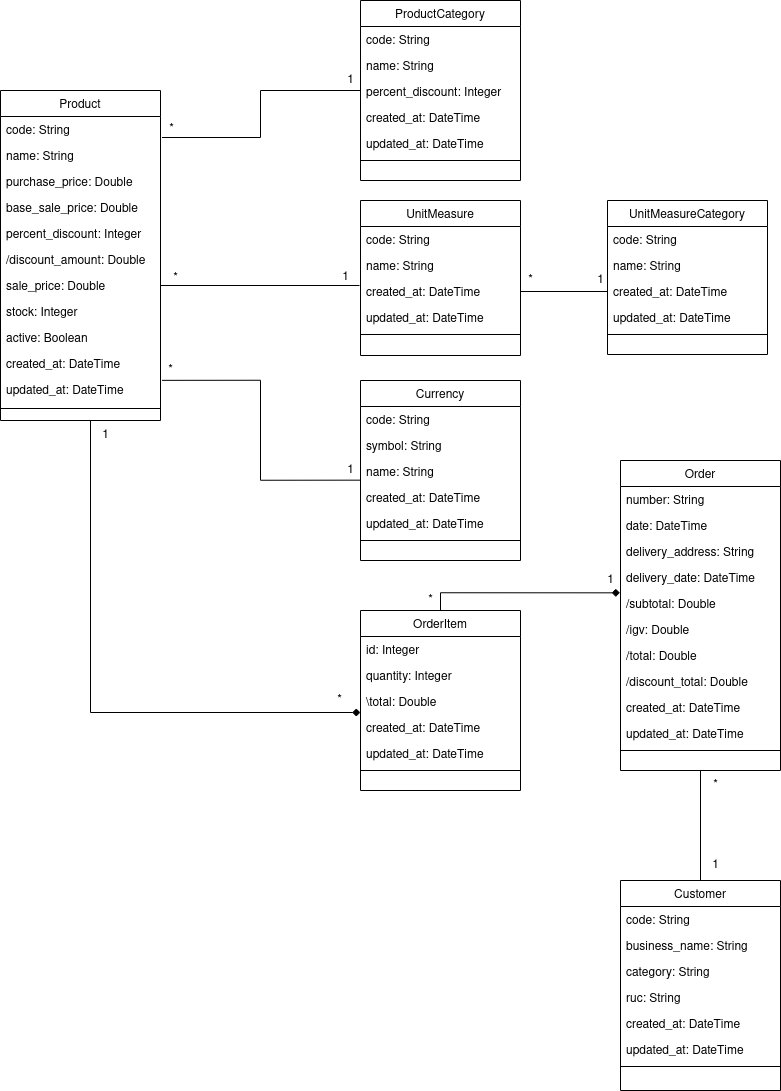
This is imgs/class_diagram.png from sharon1160/sales-app, a draw.io export, as it was before one commit. Source tidied: cells renumbered, new cells last; positions are measured from the earlier drawing's top-left corner, leaving out a move shared by most shapes.
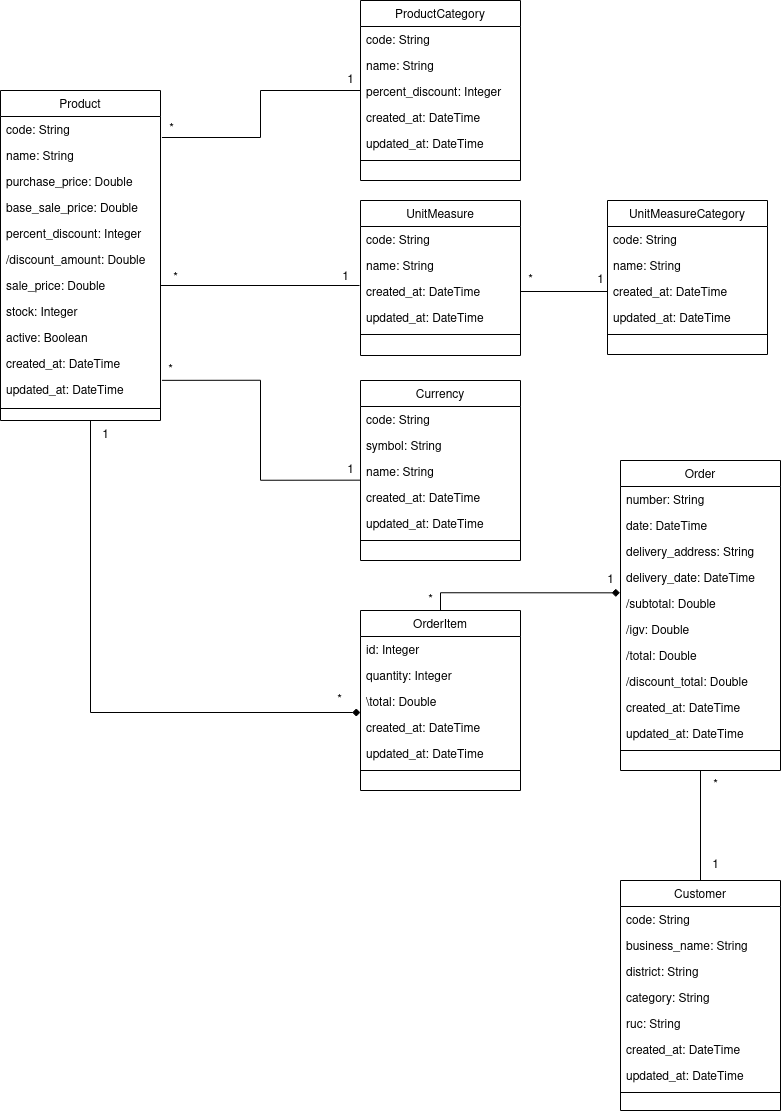
Above is the later version.

Commit message:
update class diagram

The edit, as a diff of the source:
```diff
@@ -206,7 +206,7 @@
       <mxGeometry y="156" width="160" height="8" as="geometry" />
     </mxCell>
     <mxCell id="65" value="Customer" style="swimlane;fontStyle=0;align=center;verticalAlign=top;horizontal=1;startSize=26;rounded=0;shadow=0;strokeWidth=1;" parent="1" vertex="1">
-      <mxGeometry x="620" y="880" width="160" height="210" as="geometry" />
+      <mxGeometry x="620" y="880" width="160" height="230" as="geometry" />
     </mxCell>
     <mxCell id="66" value="code: String" style="text;align=left;verticalAlign=top;spacingLeft=4;spacingRight=4;overflow=hidden;" parent="65" vertex="1">
       <mxGeometry y="26" width="160" height="26" as="geometry" />
@@ -214,20 +214,23 @@
     <mxCell id="67" value="business_name: String" style="text;align=left;verticalAlign=top;spacingLeft=4;spacingRight=4;overflow=hidden;" parent="65" vertex="1">
       <mxGeometry y="52" width="160" height="26" as="geometry" />
     </mxCell>
+    <mxCell id="89" value="district: String" style="text;align=left;verticalAlign=top;spacingLeft=4;spacingRight=4;overflow=hidden;" parent="65" vertex="1">
+      <mxGeometry y="78" width="160" height="26" as="geometry" />
+    </mxCell>
     <mxCell id="68" value="category: String" style="text;align=left;verticalAlign=top;spacingLeft=4;spacingRight=4;overflow=hidden;rounded=0;shadow=0;html=0;" parent="65" vertex="1">
-      <mxGeometry y="78" width="160" height="26" as="geometry" />
+      <mxGeometry y="104" width="160" height="26" as="geometry" />
     </mxCell>
     <mxCell id="69" value="ruc: String" style="text;align=left;verticalAlign=top;spacingLeft=4;spacingRight=4;overflow=hidden;rounded=0;shadow=0;html=0;" parent="65" vertex="1">
-      <mxGeometry y="104" width="160" height="26" as="geometry" />
+      <mxGeometry y="130" width="160" height="26" as="geometry" />
     </mxCell>
     <mxCell id="70" value="created_at: DateTime" style="text;align=left;verticalAlign=top;spacingLeft=4;spacingRight=4;overflow=hidden;rounded=0;shadow=0;html=0;" parent="65" vertex="1">
-      <mxGeometry y="130" width="160" height="26" as="geometry" />
+      <mxGeometry y="156" width="160" height="26" as="geometry" />
     </mxCell>
     <mxCell id="71" value="updated_at: DateTime" style="text;align=left;verticalAlign=top;spacingLeft=4;spacingRight=4;overflow=hidden;rounded=0;shadow=0;html=0;" parent="65" vertex="1">
-      <mxGeometry y="156" width="160" height="26" as="geometry" />
+      <mxGeometry y="182" width="160" height="26" as="geometry" />
     </mxCell>
     <mxCell id="72" style="line;html=1;strokeWidth=1;align=left;verticalAlign=middle;spacingTop=-1;spacingLeft=3;spacingRight=3;labelPosition=right;" parent="65" vertex="1">
-      <mxGeometry y="182" width="160" height="8" as="geometry" />
+      <mxGeometry y="208" width="160" height="8" as="geometry" />
     </mxCell>
     <mxCell id="73" style="edgeStyle=orthogonalEdgeStyle;rounded=0;orthogonalLoop=1;jettySize=auto;html=1;strokeWidth=1;startArrow=diamond;startFill=1;endArrow=none;endFill=0;targetPerimeterSpacing=14;" parent="1" edge="1">
       <mxGeometry relative="1" as="geometry">
```
